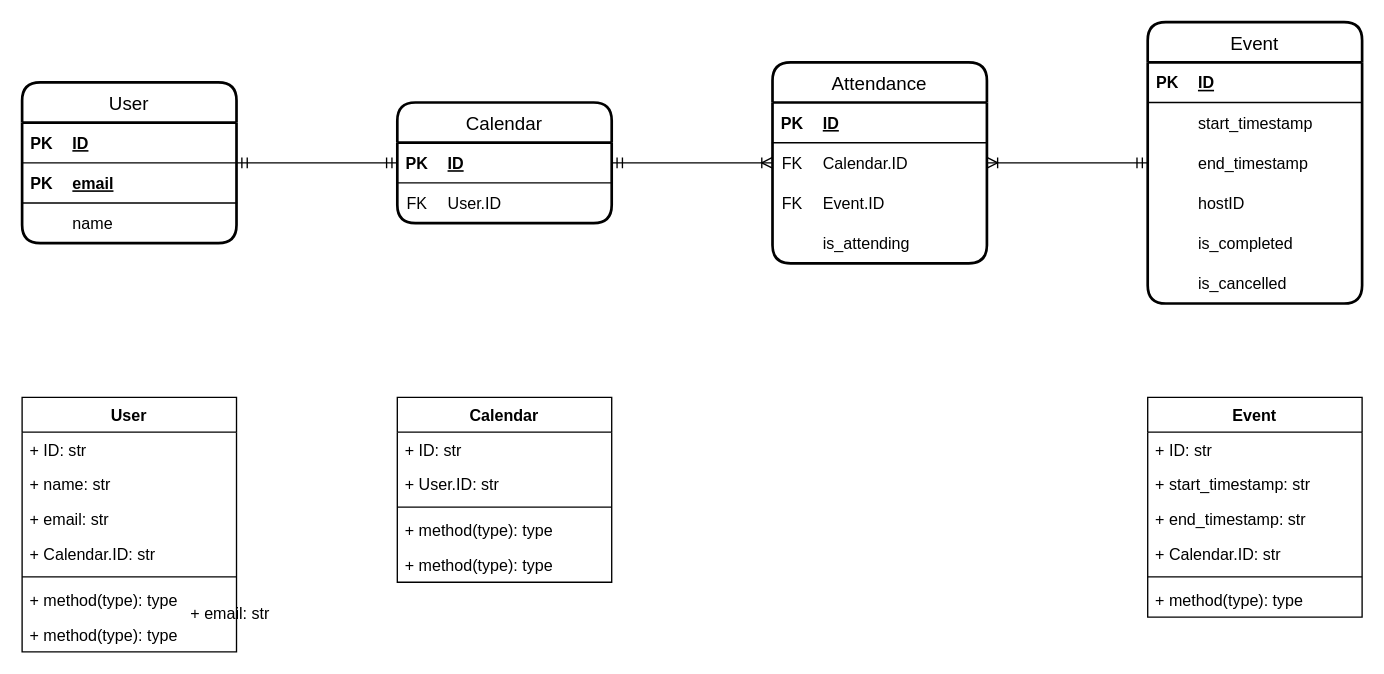
Earlier version of the draw.io diagram schema.drawio (Satishpokala124/calendar). Source tidied: cells renumbered, new cells numbered last; positions are measured from the earlier drawing's top-left corner, leaving out a move shared by most shapes. Both pictures are drawn from the tidied source at 134%, with x=0, y=0 at pixel (21, 21).
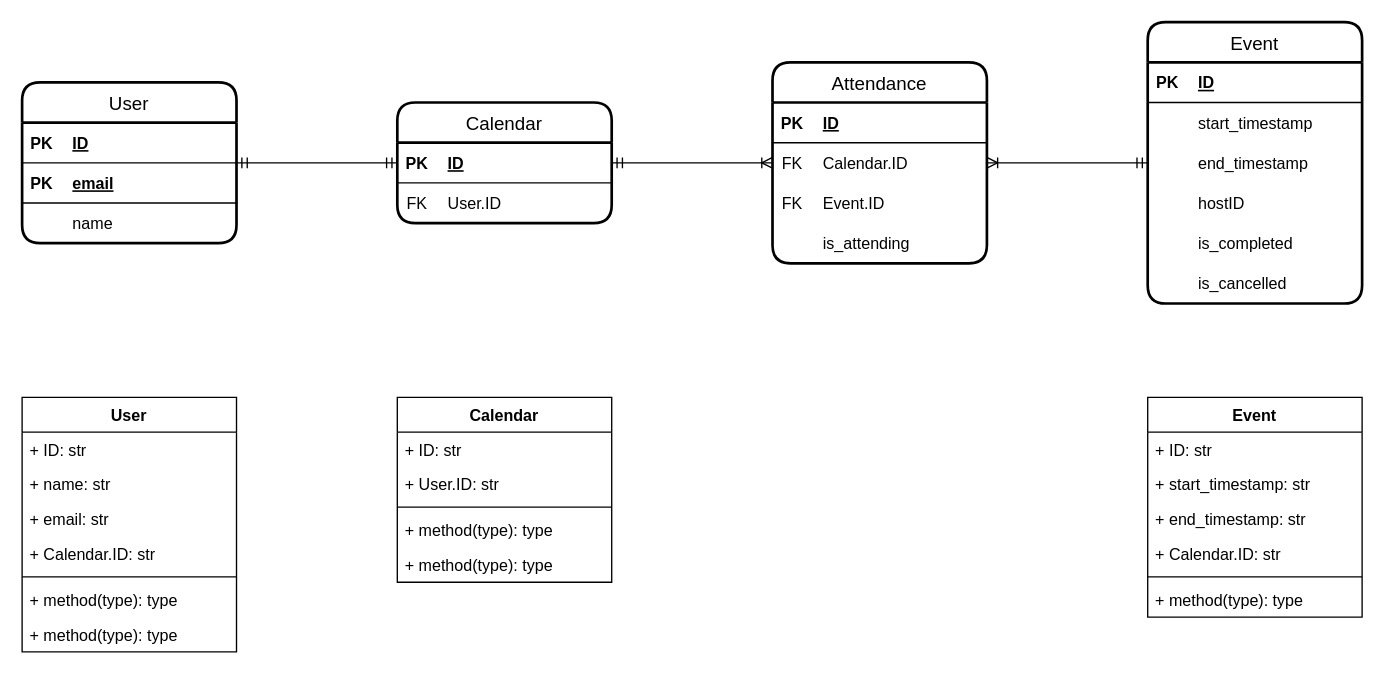
The same diagram, later.

Commit message:
Removed a redundant element.

The edit, as a diff of the source:
```diff
@@
-    <mxCell id="71" value="+ email: str" style="text;strokeColor=none;fillColor=none;align=left;verticalAlign=top;spacingLeft=4;spacingRight=4;overflow=hidden;" parent="1" vertex="1">
-      <mxGeometry x="120" y="428" width="160" height="26" as="geometry" />
-    </mxCell>
```
